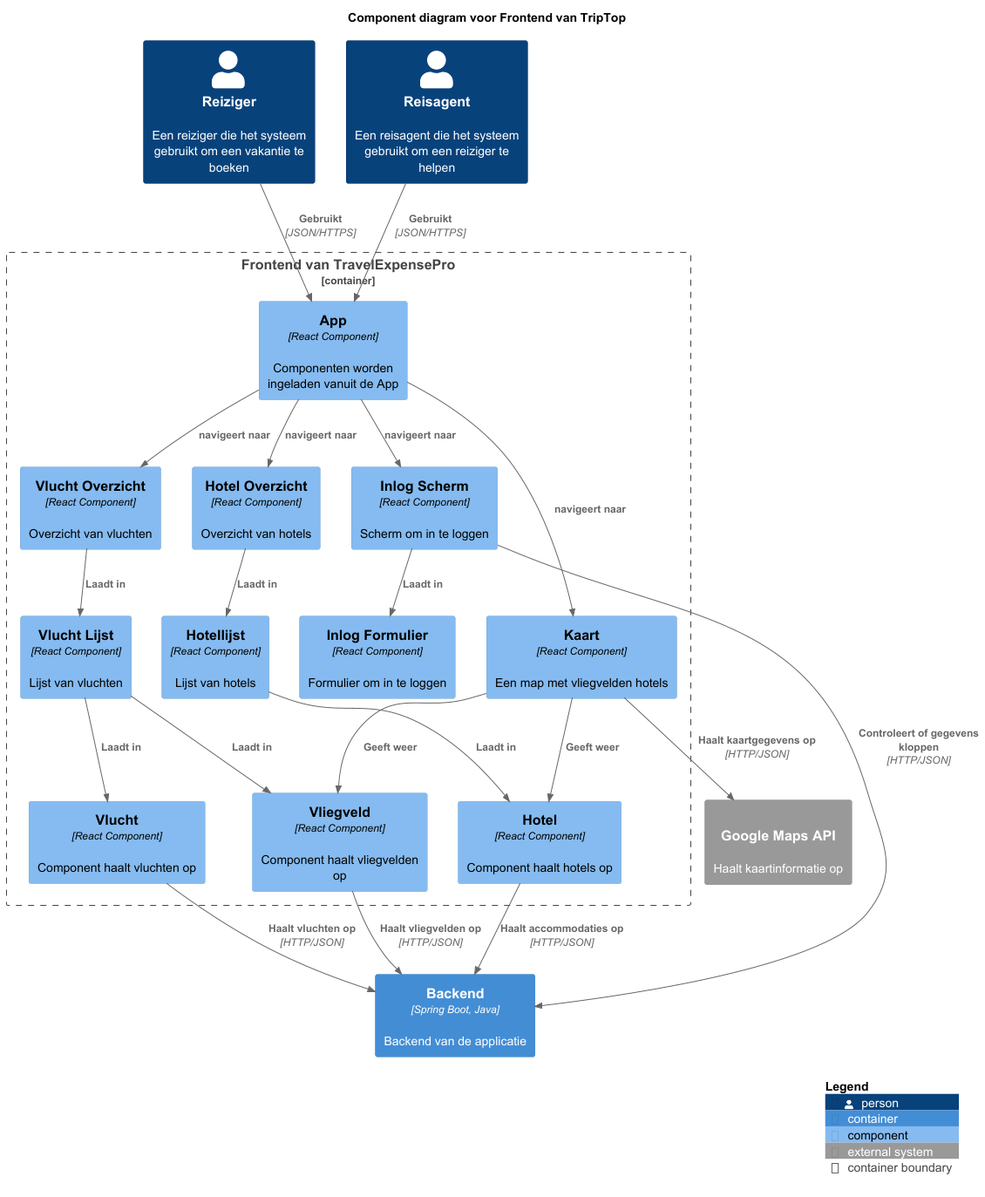
This is C4_diagrammen/Component-diagram-TripTop-Frontend.png from AIM-ENE-feb25/triptop-groep-b4, a PlantUML export, as it was before one commit.
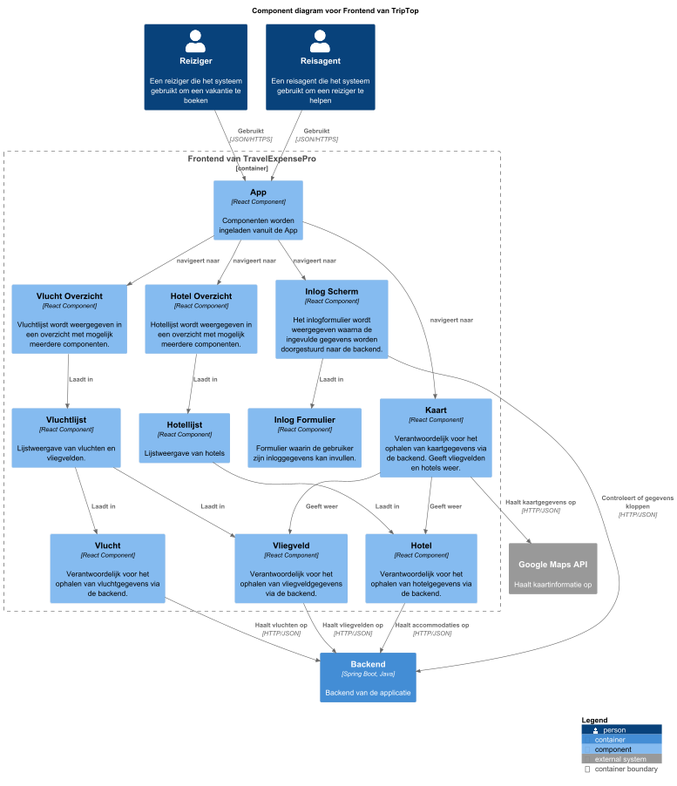
Later version of the same file.

Commit message:
Component diagrams + SGB + class diagram

Diff of the diagram source:
```diff
@@ -10,16 +10,16 @@
 
 Container_Boundary(api, "Frontend van TravelExpensePro") {
     Component(App, "App", "React Component", "Componenten worden ingeladen vanuit de App")
-    Component(InlogScherm, "Inlog Scherm", "React Component", "Scherm om in te loggen")
-    Component(InlogFormulier, "Inlog Formulier", "React Component", "Formulier om in te loggen")
-    Component(Kaart, "Kaart", "React Component", "Een map met vliegvelden hotels")
-    Component(HotelOverzicht, "Hotel Overzicht", "React Component", "Overzicht van hotels")
-    Component(HotelLijst, "Hotellijst", "React Component", "Lijst van hotels")
-    Component(Hotel, "Hotel", "React Component", "Component haalt hotels op")
-    Component(VluchtOverzicht, "Vlucht Overzicht", "React Component", "Overzicht van vluchten")
-    Component(VluchtLijst, "Vlucht Lijst", "React Component", "Lijst van vluchten")
-    Component(Vlucht, "Vlucht", "React Component", "Component haalt vluchten op")
-    Component(Vliegveld, "Vliegveld", "React Component", "Component haalt vliegvelden op")
+    Component(InlogScherm, "Inlog Scherm", "React Component", "Het inlogformulier wordt weergegeven waarna de ingevulde gegevens worden doorgestuurd naar de backend.")
+    Component(InlogFormulier, "Inlog Formulier", "React Component", "Formulier waarin de gebruiker zijn inloggegevens kan invullen.")
+    Component(Kaart, "Kaart", "React Component", "Verantwoordelijk voor het ophalen van kaartgegevens via de backend. Geeft vliegvelden en hotels weer.")
+    Component(HotelOverzicht, "Hotel Overzicht", "React Component", "Hotellijst wordt weergegeven in een overzicht met mogelijk meerdere componenten.")
+    Component(HotelLijst, "Hotellijst", "React Component", "Lijstweergave van hotels")
+    Component(Hotel, "Hotel", "React Component", "Verantwoordelijk voor het ophalen van hotelgegevens via de backend.")
+    Component(VluchtOverzicht, "Vlucht Overzicht", "React Component", "Vluchtlijst wordt weergegeven in een overzicht met mogelijk meerdere componenten.")
+    Component(VluchtLijst, "Vluchtlijst", "React Component", "Lijstweergave van vluchten en vliegvelden.")
+    Component(Vlucht, "Vlucht", "React Component", "Verantwoordelijk voor het ophalen van vluchtgegevens via de backend.")
+    Component(Vliegveld, "Vliegveld", "React Component", "Verantwoordelijk voor het ophalen van vliegveldgegevens via de backend.")
 
     Rel(Reiziger, App, "Gebruikt", "JSON/HTTPS")
     Rel(Reisagent, App, "Gebruikt", "JSON/HTTPS")
```
